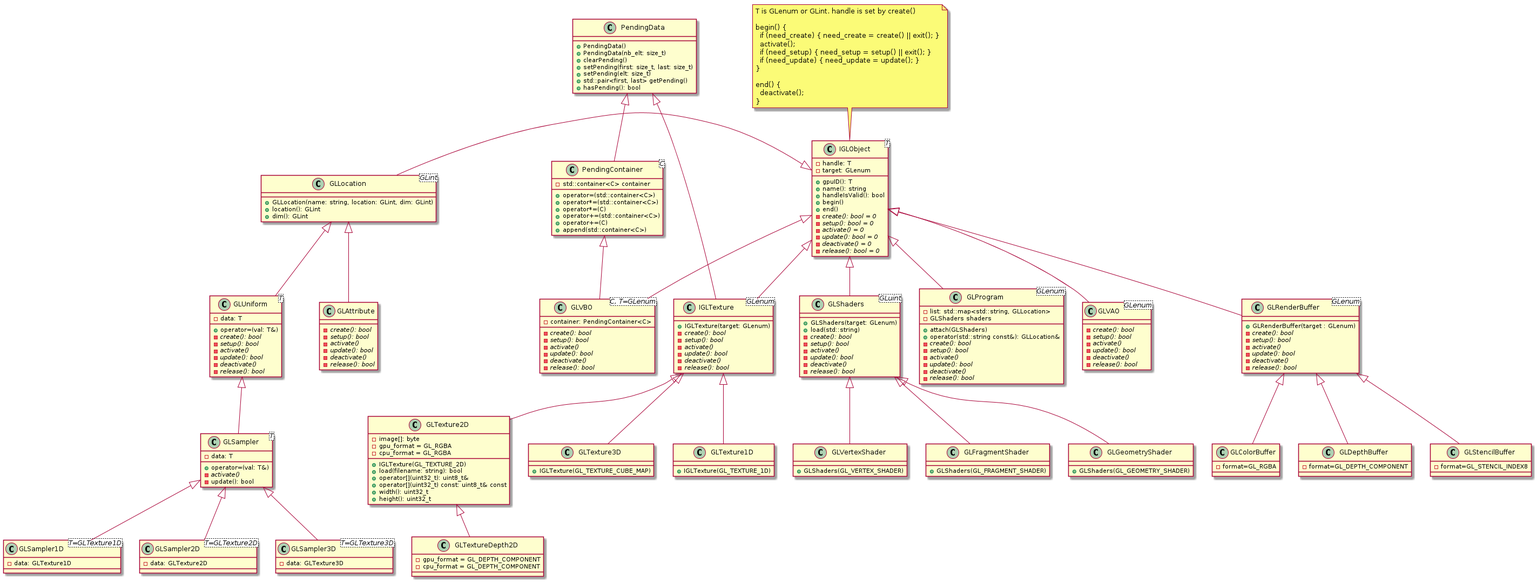
Lecrapouille/OpenGLCppWrapper keeps this PlantUML diagram as doc/uml/opengl_inhe.png. Above is the earlier version.
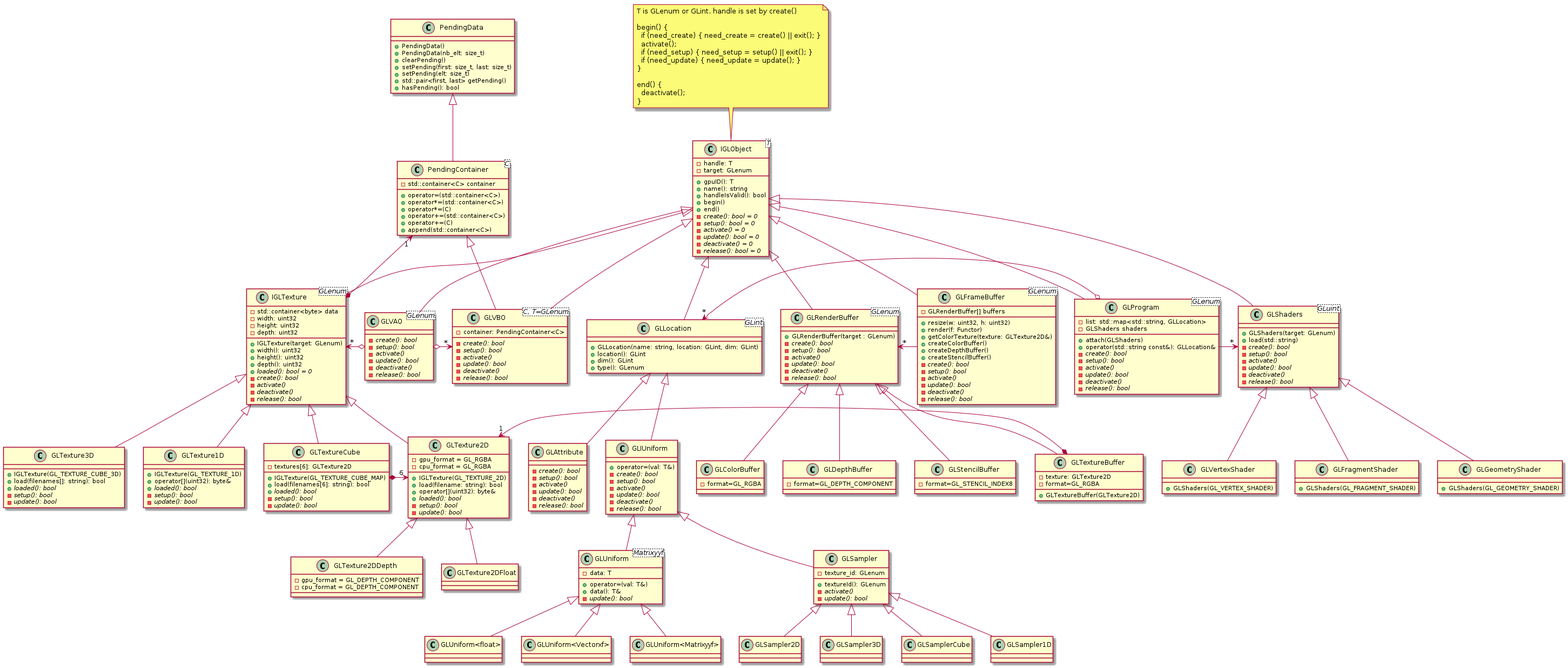
The same diagram one commit later.

Commit message:
Update UML diagram

The edit, as a diff of the source:
```diff
@@ -56,44 +56,69 @@
 PendingData <|-- PendingContainer
 
 class IGLTexture<GLenum> {
+-std::container<byte> data
 +IGLTexture(target: GLenum)
++width(): uint32
++height(): uint32
++depth(): uint32
++{abstract} loaded(): bool = 0
 -{abstract} create(): bool
--{abstract} setup(): bool
 -{abstract} activate()
--{abstract} update(): bool
 -{abstract} deactivate()
 -{abstract} release(): bool
+-width: uint32
+-height: uint32
+-depth: uint32
 }
 
 class GLTexture2D {
--image[]: byte
 +IGLTexture(GL_TEXTURE_2D)
 +load(filename: string): bool
-+operator[](uint32_t): uint8_t&
-+operator[](uint32_t) const: uint8_t& const
-+width(): uint32_t
-+height(): uint32_t
++operator[](uint32): byte&
++{abstract} loaded(): bool
+-{abstract} setup(): bool
+-{abstract} update(): bool
 -gpu_format = GL_RGBA
 -cpu_format = GL_RGBA
 }
 
-class GLTextureDepth2D {
+class GLTexture2DDepth {
 -gpu_format = GL_DEPTH_COMPONENT
 -cpu_format = GL_DEPTH_COMPONENT
 }
 
 class GLTexture3D {
++IGLTexture(GL_TEXTURE_CUBE_3D)
++load(filenames[]: string): bool
++{abstract} loaded(): bool
+-{abstract} setup(): bool
+-{abstract} update(): bool
+}
+
+class GLTextureCube {
 +IGLTexture(GL_TEXTURE_CUBE_MAP)
++load(filenames[6]: string): bool
++{abstract} loaded(): bool
+-{abstract} setup(): bool
+-{abstract} update(): bool
+-textures[6]: GLTexture2D
 }
 
 class GLTexture1D {
 +IGLTexture(GL_TEXTURE_1D)
++operator[](uint32): byte&
++{abstract} loaded(): bool
+-{abstract} setup(): bool
+-{abstract} update(): bool
 }
 
 IGLTexture <|-- GLTexture1D
 IGLTexture <|-- GLTexture2D
-GLTexture2D <|-- GLTextureDepth2D
+GLTexture2D <|-- GLTexture2DDepth
+GLTexture2D <|-- GLTexture2DFloat
+GLTextureCube *-> "6" GLTexture2D
 IGLTexture <|-- GLTexture3D
+IGLTexture <|-- GLTextureCube
 
 class GLShaders<GLuint> {
 +GLShaders(target: GLenum)
@@ -144,6 +169,22 @@
 -{abstract} release(): bool
 }
 
+class GLFrameBuffer<GLenum> {
+-GLRenderBuffer[] buffers
++resize(w: uint32, h: uint32)
++render(f: Functor)
++getColorTexture(texture: GLTexture2D&)
++createColorBuffer()
++createDepthBuffer()
++createStencilBuffer()
+-{abstract} create(): bool
+-{abstract} setup(): bool
+-{abstract} activate()
+-{abstract} update(): bool
+-{abstract} deactivate()
+-{abstract} release(): bool
+}
+
 class GLRenderBuffer<GLenum> {
 + GLRenderBuffer(target : GLenum)
 -{abstract} create(): bool
@@ -152,6 +193,12 @@
 -{abstract} update(): bool
 -{abstract} deactivate()
 -{abstract} release(): bool
+}
+
+class GLTextureBuffer {
+-texture: GLTexture2D
++GLTextureBuffer(GLTexture2D)
+-format=GL_RGBA
 }
 
 class GLColorBuffer {
@@ -180,36 +227,7 @@
 +GLLocation(name: string, location: GLint, dim: GLint)
 +location(): GLint
 +dim(): GLint
-}
-
-class GLUniform<T> {
-+operator=(val: T&)
--{abstract} create(): bool
--{abstract} setup(): bool
--{abstract} activate()
--{abstract} update(): bool
--{abstract} deactivate()
--{abstract} release(): bool
--data: T
-}
-
-class GLSampler<T> {
-+operator=(val: T&)
--{abstract} activate()
--update(): bool
--data: T
-}
-
-class GLSampler1D<T=GLTexture1D> {
--data: GLTexture1D
-}
-
-class GLSampler2D<T=GLTexture2D> {
--data: GLTexture2D
-}
-
-class GLSampler3D<T=GLTexture3D> {
--data: GLTexture3D
++type(): GLenum
 }
 
 class GLAttribute {
@@ -221,25 +239,90 @@
 -{abstract} release(): bool
 }
 
+class GLIUniform {
++operator=(val: T&)
+-{abstract} create(): bool
+-{abstract} setup(): bool
+-{abstract} activate()
+-{abstract} update(): bool
+-{abstract} deactivate()
+-{abstract} release(): bool
+}
+
+class GLUniform<T> {
++operator=(val: T&)
++data(): T&
+-{abstract} update(): bool
+-data: T
+}
+
+class GLUniform<float> {
+}
+class "GLUniform<float>" as GLUniformFloat
+
+class GLUniform<Vectorxf> {
+}
+class "GLUniform<Vectorxf>" as GLUniformVectorxf
+
+class GLUniform<Matrixyyf> {
+}
+class "GLUniform<Matrixyyf>" as GLUniformMatrixyyf
+
+
+class GLSampler {
++textureId(): GLenum
+-{abstract} activate()
+-{abstract} update(): bool
+-texture_id: GLenum
+}
+
+class GLSampler1D {
+}
+
+class GLSampler2D {
+}
+
+class GLSampler3D {
+}
+
+class GLSamplerCube {
+}
+
+class GLSampler1D {
+}
+
 GLLocation <|-- GLAttribute
-GLLocation <|-- GLUniform
-GLUniform <|-- GLSampler
+GLLocation <|-- GLIUniform
+GLIUniform <|-- GLUniform
+GLUniform <|-- GLUniformFloat
+GLUniform <|-- GLUniformVectorxf
+GLUniform <|-- GLUniformMatrixyyf
+GLIUniform <|-- GLSampler
 GLSampler  <|-- GLSampler1D
 GLSampler  <|-- GLSampler2D
 GLSampler  <|-- GLSampler3D
+GLSampler  <|-- GLSamplerCube
 
-PendingData <|-- IGLTexture
+PendingContainer "1" <--* IGLTexture
 IGLObject <|-- IGLTexture
 IGLObject <|-- GLVBO
 PendingContainer <|-- GLVBO
 IGLObject <|-- GLVAO
+GLVAO o-> "*" GLVBO
+IGLTexture "*" <-o GLVAO
 IGLObject <|-- GLShaders
+GLProgram -> "*" GLShaders
 IGLObject <|-- GLProgram
-GLLocation -|> IGLObject
+GLLocation "*" <-o GLProgram
+IGLObject <|-- GLLocation
 
+IGLObject <|-- GLFrameBuffer
 IGLObject <|-- GLRenderBuffer
+GLRenderBuffer "*" <- GLFrameBuffer
 GLRenderBuffer <|-- GLColorBuffer
 GLRenderBuffer <|-- GLDepthBuffer
 GLRenderBuffer <|-- GLStencilBuffer
+GLRenderBuffer <|-- GLTextureBuffer
+GLTexture2D "1" <-* GLTextureBuffer
 
 @enduml
```
